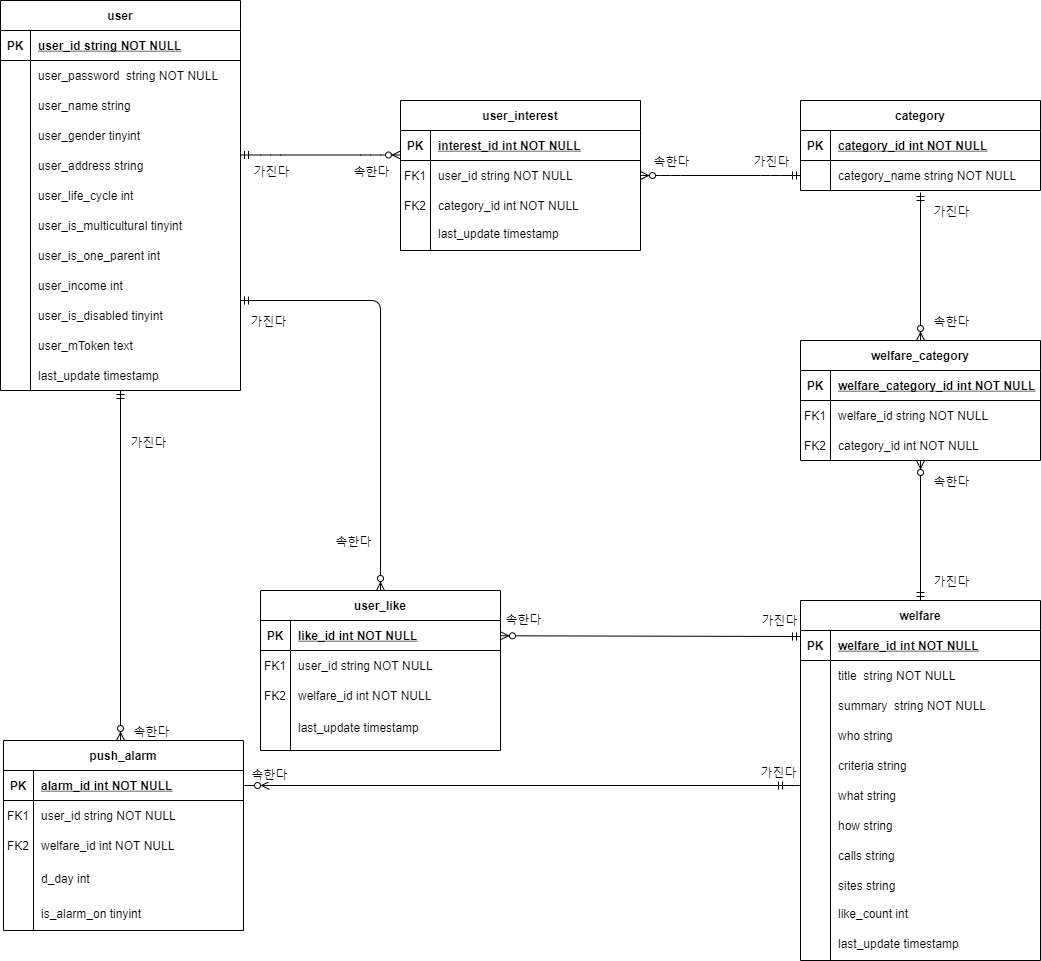
Earlier version of the draw.io export DB/211016_DB ER Diagram.png (21WelfareForEveryone/Welfare-For-Everyone-DataAI). Source tidied: cells renumbered, new cells last; positions are measured from the earlier drawing's top-left corner, leaving out a move shared by most shapes.
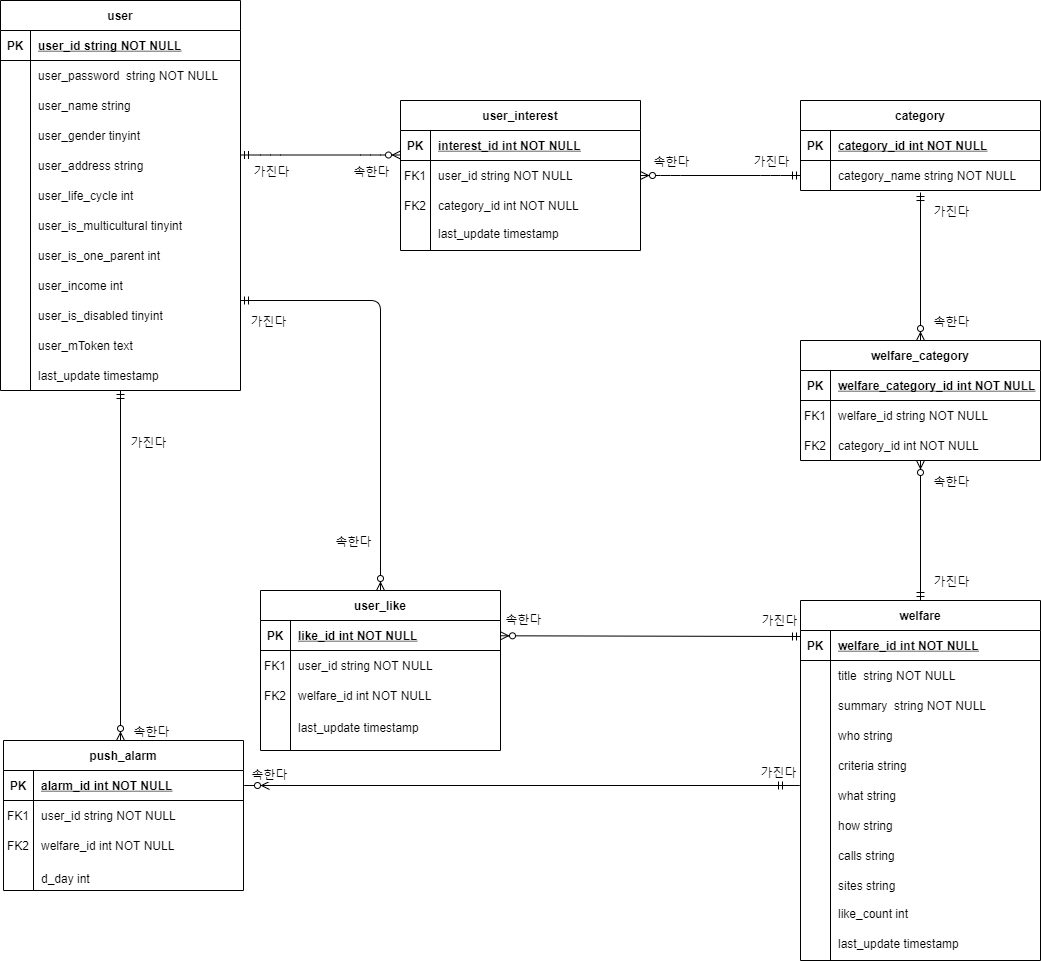
After the commit.

What changed in the source:
```diff
@@ -235,7 +235,7 @@
       </mxGeometry>
     </mxCell>
     <mxCell id="68" value="push_alarm" style="shape=table;startSize=30;rowLines=0;fontStyle=1;align=center;" parent="1" vertex="1">
-      <mxGeometry x="3" y="740" width="240" height="190" as="geometry" />
+      <mxGeometry x="3" y="740" width="240" height="150" as="geometry" />
     </mxCell>
     <mxCell id="69" style="shape=partialRectangle;fillColor=none;top=0;left=0;right=0;bottom=1;" parent="68" vertex="1">
       <mxGeometry y="30" width="240" height="30" as="geometry" />
@@ -402,9 +402,6 @@
     <mxCell id="119" value="category_id int NOT NULL" style="shape=partialRectangle;overflow=hidden;fillColor=none;top=0;left=0;bottom=0;right=0;align=left;spacingLeft=6;" parent="117" vertex="1">
       <mxGeometry x="30" width="210" height="30" as="geometry" />
     </mxCell>
-    <mxCell id="120" value="is_alarm_on tinyint" style="shape=partialRectangle;overflow=hidden;fillColor=none;top=0;left=0;bottom=0;right=0;align=left;spacingLeft=6;" parent="1" vertex="1">
-      <mxGeometry x="33" y="893" width="210" height="40" as="geometry" />
-    </mxCell>
     <mxCell id="121" value="user_income int" style="shape=partialRectangle;overflow=hidden;fillColor=none;top=0;left=0;bottom=0;right=0;align=left;spacingLeft=6;" parent="1" vertex="1">
       <mxGeometry x="30" y="270" width="210" height="30" as="geometry" />
     </mxCell>
```
